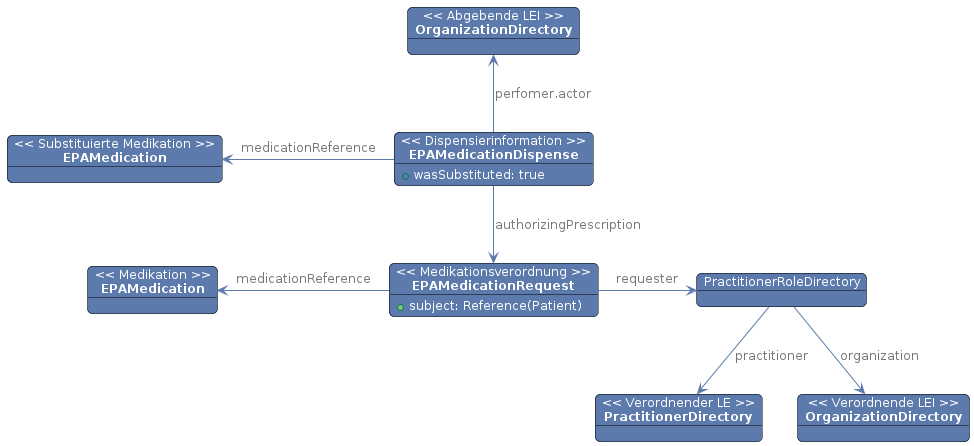
Before: images/plantuml/medication.fhir.substitution.png, a diagram exported from PlantUML (gematik/ePA-Medication).
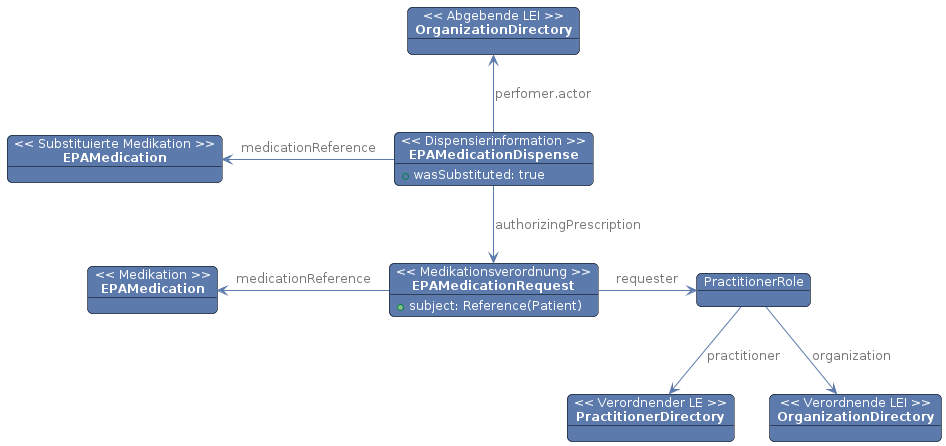
Above is the later version.

Diff of the diagram source:
```diff
@@ -15,16 +15,16 @@
 object "<< Verordnender LE >>\n**PractitionerDirectory**" as PrescribingPractitioner
 object "<< Verordnende LEI >>\n**OrganizationDirectory**" as PrescribingOrganization
 object "<< Abgebende LEI >>\n**OrganizationDirectory**" as PharmOrganization
-object "PractitionerRoleDirectory" as PractionerRole
+object "PractitionerRole" as PractionerRole
 object "<< Medikation >>\n**EPAMedication**" as Medication
 object "<< Medikationsverordnung >>\n**EPAMedicationRequest**" as MedicationRequest {
     + subject: Reference(Patient)
 }
 object "<< Substituierte Medikation >>\n**EPAMedication**" as AltMedication
-
 object "<< Dispensierinformation >>\n**EPAMedicationDispense**" as MedicationDispense {
     + wasSubstituted: true
 }
+
 
 MedicationRequest -l-> Medication : medicationReference
 MedicationRequest -r-> PractionerRole : requester
```
